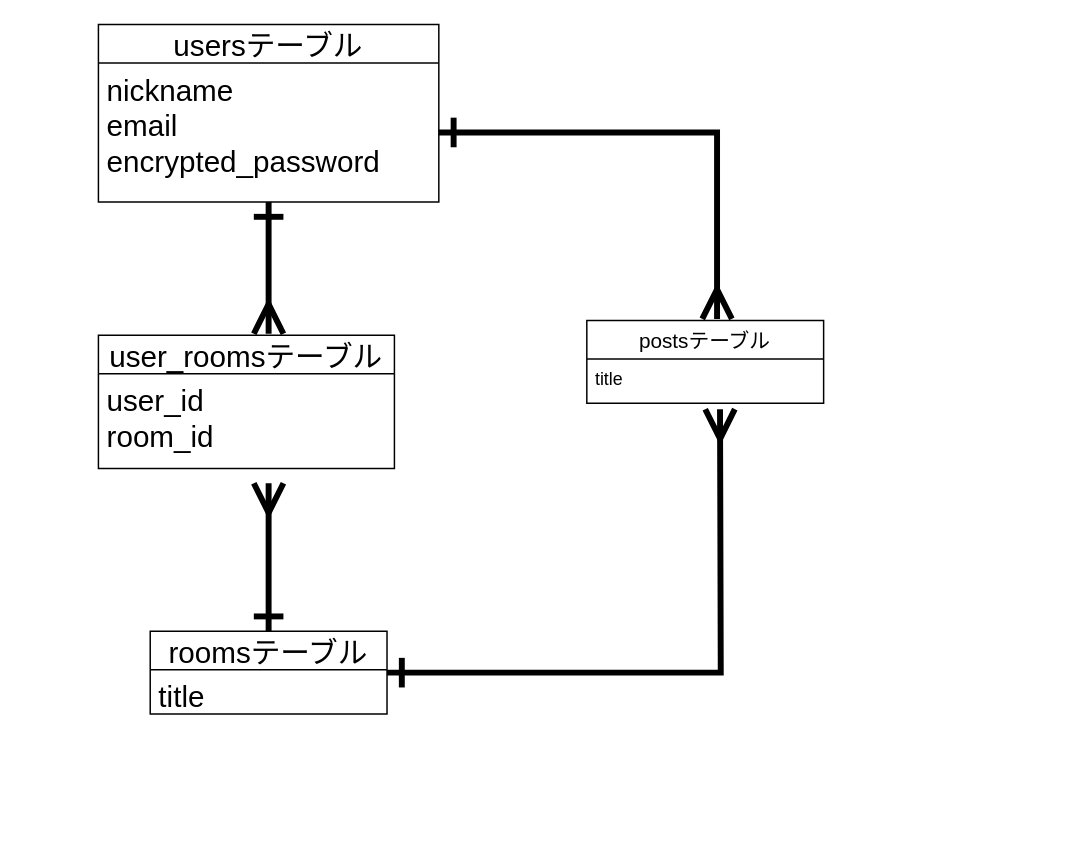
This is er.dio from a-chikara/share-goals, a draw.io file, before an edit. Source tidied: cells renumbered, new cells numbered last; positions are measured from the earlier drawing's top-left corner, leaving out a move shared by most shapes. Both pictures are drawn from the tidied source at 148%, with x=0, y=0 at pixel (98, 24).
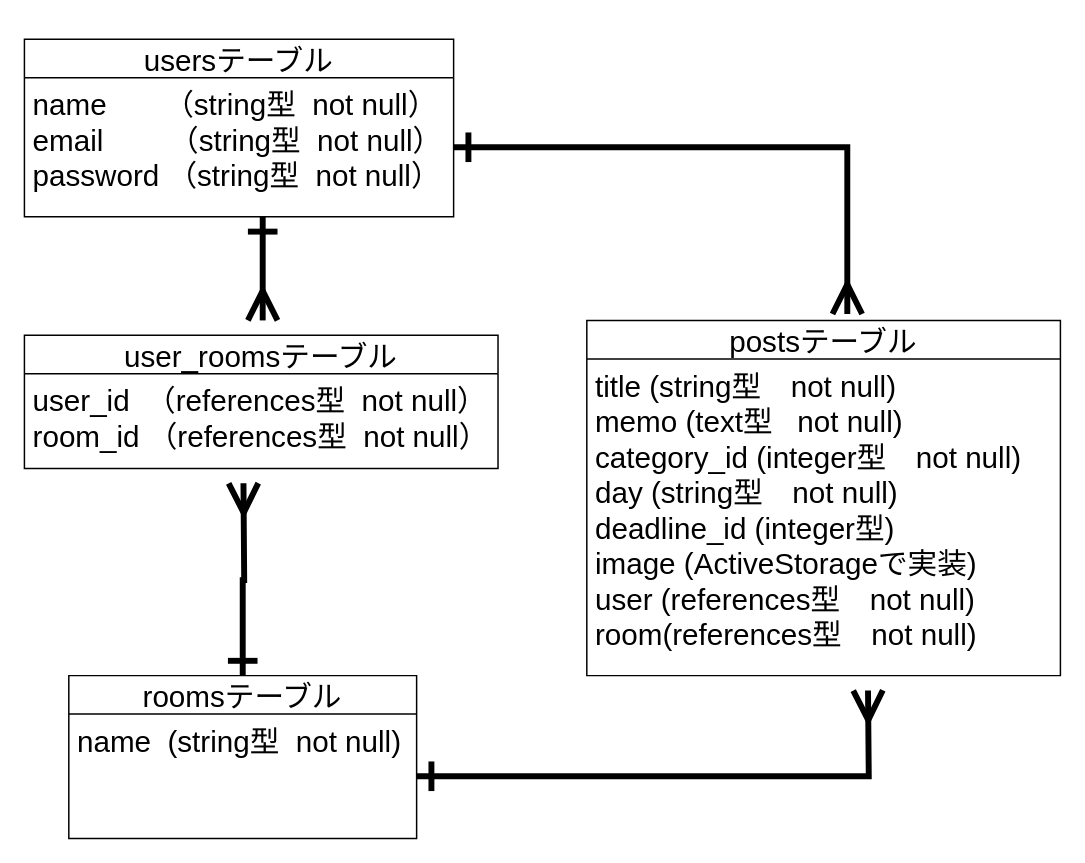
After the change.

The edit, as a diff of the source:
```diff
@@
 <mxGraphModel>
   <root>
     <mxCell id="0" />
     <mxCell id="1" parent="0" />
-    <mxCell id="2" style="edgeStyle=orthogonalEdgeStyle;rounded=0;jettySize=auto;html=1;entryX=0.575;entryY=-0.011;entryDx=0;entryDy=0;entryPerimeter=0;fontSize=20;endArrow=ERmany;endFill=0;startArrow=ERone;startFill=0;strokeWidth=4;endSize=15;startSize=15;" parent="1" edge="1" source="3" target="9">
-      <mxGeometry relative="1" as="geometry" />
+    <mxCell id="2" style="edgeStyle=orthogonalEdgeStyle;rounded=0;orthogonalLoop=1;jettySize=auto;html=1;fontSize=20;endArrow=ERmany;endFill=0;startArrow=ERone;startFill=0;strokeWidth=4;endSize=15;startSize=15;" parent="1" edge="1">
+      <mxGeometry relative="1" as="geometry">
+        <mxPoint x="111" y="130" as="sourcePoint" />
+        <mxPoint x="111" y="200" as="targetPoint" />
+      </mxGeometry>
     </mxCell>
     <mxCell id="3" value="usersテーブル" style="swimlane;fontStyle=0;horizontal=1;startSize=26;align=center;fontSize=20;" parent="1" vertex="1">
-      <mxGeometry width="230" height="120" as="geometry" />
+      <mxGeometry x="-50" y="10" width="290" height="120" as="geometry" />
     </mxCell>
-    <mxCell id="4" value="nickname&#10;email&#10;encrypted_password" style="text;strokeColor=none;fillColor=none;spacingLeft=4;spacingRight=4;overflow=hidden;points=[[0,0.5],[1,0.5]];portConstraint=eastwest;fontSize=20;" parent="3" vertex="1">
-      <mxGeometry y="26" width="230" height="94" as="geometry" />
+    <mxCell id="4" value="name       （string型  not null）&#10;email        （string型  not null）&#10;password （string型  not null）" style="text;strokeColor=none;fillColor=none;spacingLeft=4;spacingRight=4;overflow=hidden;points=[[0,0.5],[1,0.5]];portConstraint=eastwest;fontSize=20;" parent="3" vertex="1">
+      <mxGeometry y="26" width="290" height="94" as="geometry" />
     </mxCell>
     <mxCell id="5" style="edgeStyle=orthogonalEdgeStyle;rounded=0;jettySize=auto;html=1;startArrow=ERone;startFill=0;startSize=15;endArrow=ERmany;endFill=0;endSize=15;strokeWidth=4;fontSize=20;" parent="1" edge="1" source="7">
       <mxGeometry relative="1" as="geometry">
-        <mxPoint x="115" y="310" as="targetPoint" />
+        <mxPoint x="98" y="310" as="targetPoint" />
       </mxGeometry>
     </mxCell>
-    <mxCell id="6" style="edgeStyle=orthogonalEdgeStyle;rounded=0;jettySize=auto;html=1;startArrow=ERone;startFill=0;startSize=15;endArrow=ERmany;endFill=0;endSize=15;strokeWidth=4;fontSize=20;" parent="1" edge="1" source="7">
-      <mxGeometry relative="1" as="geometry">
-        <mxPoint x="420" y="260" as="targetPoint" />
-      </mxGeometry>
-    </mxCell>
     <mxCell id="7" value="roomsテーブル" style="swimlane;fontStyle=0;horizontal=1;startSize=26;align=center;fontSize=20;" parent="1" vertex="1">
-      <mxGeometry x="35" y="410" width="160" height="56" as="geometry" />
+      <mxGeometry x="-20" y="440" width="235" height="110" as="geometry" />
     </mxCell>
-    <mxCell id="8" value="title&#10;" style="text;strokeColor=none;fillColor=none;spacingLeft=4;spacingRight=4;overflow=hidden;points=[[0,0.5],[1,0.5]];portConstraint=eastwest;fontSize=20;" parent="7" vertex="1">
-      <mxGeometry y="26" width="160" height="30" as="geometry" />
+    <mxCell id="8" value="name  (string型  not null)" style="text;strokeColor=none;fillColor=none;spacingLeft=4;spacingRight=4;overflow=hidden;points=[[0,0.5],[1,0.5]];portConstraint=eastwest;fontSize=20;" parent="7" vertex="1">
+      <mxGeometry y="26" width="235" height="84" as="geometry" />
     </mxCell>
     <mxCell id="9" value="user_roomsテーブル" style="swimlane;fontStyle=0;horizontal=1;startSize=26;align=center;fontSize=20;" parent="1" vertex="1">
-      <mxGeometry y="210" width="200" height="90" as="geometry" />
+      <mxGeometry x="-50" y="210" width="320" height="90" as="geometry" />
     </mxCell>
-    <mxCell id="10" value="user_id&#10;room_id" style="text;strokeColor=none;fillColor=none;spacingLeft=4;spacingRight=4;overflow=hidden;fontSize=20;" parent="9" vertex="1">
-      <mxGeometry y="26" width="200" height="64" as="geometry" />
+    <mxCell id="10" value="user_id  （references型  not null）&#10;room_id （references型  not null）" style="text;strokeColor=none;fillColor=none;spacingLeft=4;spacingRight=4;overflow=hidden;fontSize=20;" parent="9" vertex="1">
+      <mxGeometry y="26" width="320" height="64" as="geometry" />
     </mxCell>
-    <mxCell id="11" value="postsテーブル" style="swimlane;fontStyle=0;horizontal=1;startSize=26;align=center;fontSize=14;" parent="1" vertex="1">
-      <mxGeometry x="330" y="200" width="160" height="56" as="geometry" />
+    <mxCell id="11" value="postsテーブル" style="swimlane;fontStyle=0;horizontal=1;startSize=26;align=center;fontSize=20;" parent="1" vertex="1">
+      <mxGeometry x="330" y="200" width="320" height="240" as="geometry" />
     </mxCell>
-    <mxCell id="12" value="title" style="text;strokeColor=none;fillColor=none;spacingLeft=4;spacingRight=4;overflow=hidden;fontSize=12;" parent="11" vertex="1">
-      <mxGeometry y="26" width="160" height="30" as="geometry" />
+    <mxCell id="12" value="title (string型　not null)  &#10;memo (text型   not null) &#10;category_id (integer型　not null)&#10;day (string型　not null)&#10;deadline_id (integer型)&#10;image (ActiveStorageで実装)&#10;user (references型　not null)&#10;room(references型　not null)" style="text;strokeColor=none;fillColor=none;spacingLeft=4;spacingRight=4;overflow=hidden;fontSize=20;" parent="11" vertex="1">
+      <mxGeometry y="26" width="320" height="214" as="geometry" />
     </mxCell>
     <mxCell id="13" style="edgeStyle=orthogonalEdgeStyle;rounded=0;jettySize=auto;html=1;entryX=0.55;entryY=-0.018;entryDx=0;entryDy=0;entryPerimeter=0;startArrow=ERone;startFill=0;startSize=15;endArrow=ERmany;endFill=0;endSize=15;strokeWidth=4;fontSize=20;" parent="1" edge="1" source="4" target="11">
       <mxGeometry relative="1" as="geometry" />
     </mxCell>
+    <mxCell id="14" style="edgeStyle=orthogonalEdgeStyle;rounded=0;jettySize=auto;html=1;startArrow=ERone;startFill=0;startSize=15;endArrow=ERmany;endFill=0;endSize=15;strokeWidth=4;fontSize=20;" parent="1" edge="1" source="8">
+      <mxGeometry relative="1" as="geometry">
+        <mxPoint x="520" y="450" as="targetPoint" />
+      </mxGeometry>
+    </mxCell>
   </root>
 </mxGraphModel>
```
